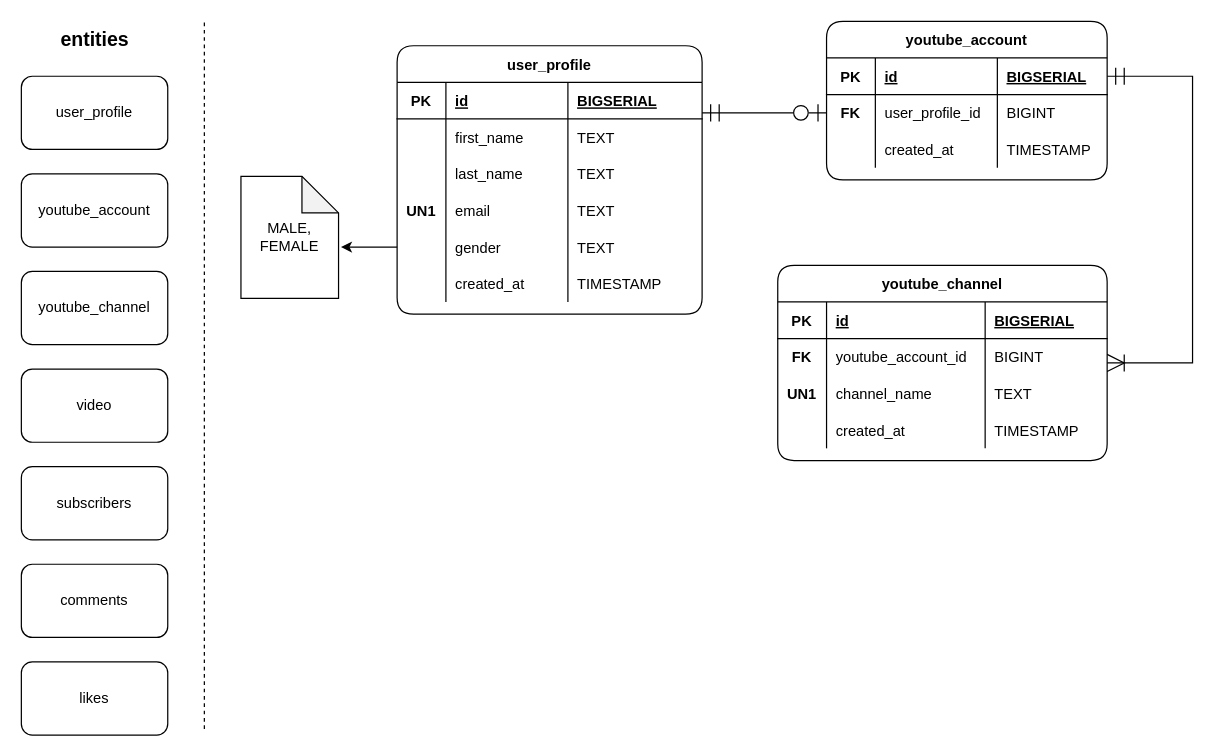
Before: erd-course.drawio in teekaygithub/erd-course, a draw.io diagram. Source tidied: cells renumbered, new cells numbered last; positions are measured from the earlier drawing's top-left corner, leaving out a move shared by most shapes. Both pictures are drawn from the tidied source at 122%, with x=0, y=0 at pixel (21, 21).
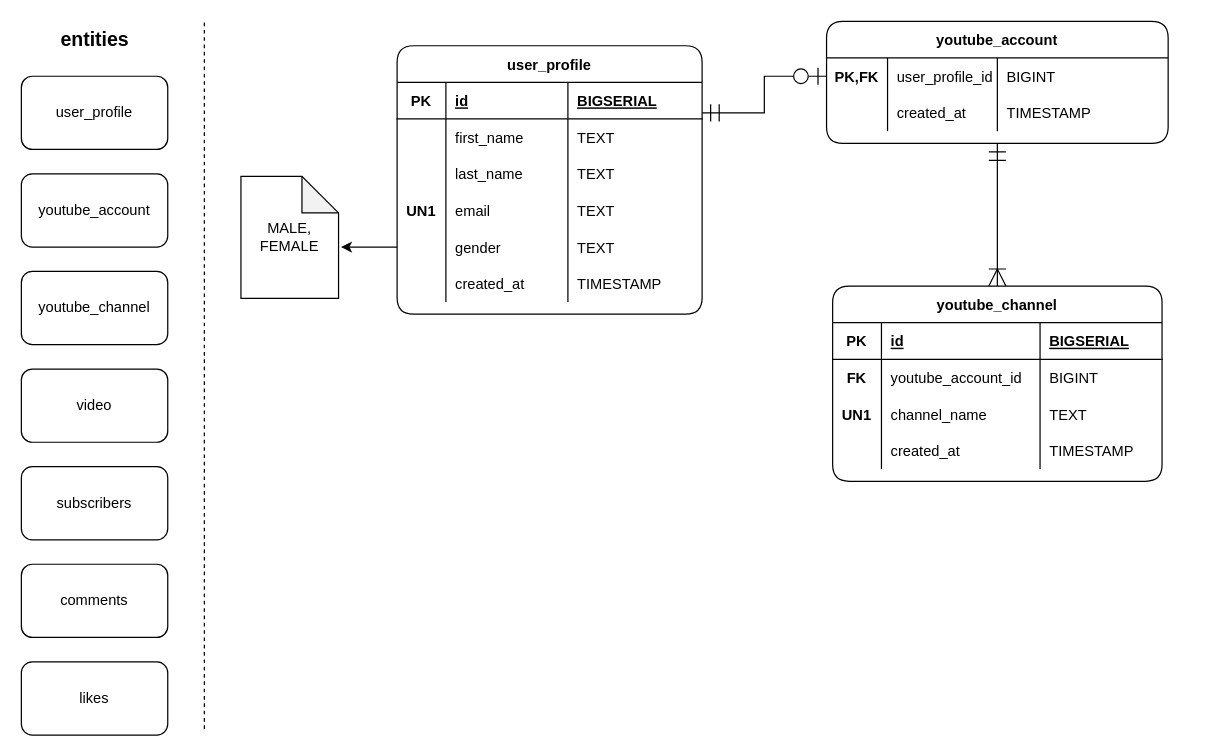
Above is the later version.

Commit message:
one to one relationship

Change to the diagram source:
```diff
@@
+    <mxCell id="70" style="edgeStyle=orthogonalEdgeStyle;rounded=0;jettySize=auto;html=1;exitX=0.5;exitY=1;exitDx=0;exitDy=0;entryX=0.5;entryY=0;entryDx=0;entryDy=0;endArrow=ERoneToMany;endFill=0;startArrow=ERmandOne;startFill=0;endSize=12;startSize=12;" parent="1" edge="1" source="39" target="52">
+      <mxGeometry relative="1" as="geometry" />
+    </mxCell>
     <mxCell id="39" value="youtube_account" style="shape=table;startSize=30;childLayout=tableLayout;rowLines=0;fontStyle=1;align=center;rounded=1;swimlaneLine=1;" parent="1" vertex="1">
-      <mxGeometry x="660" width="230" height="130" as="geometry" />
+      <mxGeometry x="660" width="280" height="100" as="geometry" />
     </mxCell>
-    <mxCell id="40" style="shape=tableRow;horizontal=0;startSize=0;swimlaneHead=0;swimlaneBody=0;fillColor=none;points=[[0,0.5],[1,0.5]];portConstraint=eastwest;top=0;left=0;right=0;bottom=1;" parent="39" vertex="1">
-      <mxGeometry y="30" width="230" height="30" as="geometry" />
-    </mxCell>
-    <mxCell id="41" value="PK" style="shape=partialRectangle;fillColor=none;top=0;left=0;bottom=0;right=0;fontStyle=1;overflow=hidden;" parent="40" vertex="1">
-      <mxGeometry width="40" height="30" as="geometry" />
-    </mxCell>
-    <mxCell id="42" value="id" style="shape=partialRectangle;fillColor=none;top=0;left=0;bottom=0;right=0;align=left;spacingLeft=6;fontStyle=5;overflow=hidden;" parent="40" vertex="1">
-      <mxGeometry x="40" width="100" height="30" as="geometry" />
-    </mxCell>
-    <mxCell id="43" value="BIGSERIAL" style="shape=partialRectangle;fillColor=none;top=0;left=0;bottom=0;right=0;align=left;spacingLeft=6;fontStyle=5;overflow=hidden;" parent="40" vertex="1">
-      <mxGeometry x="140" width="90" height="30" as="geometry" />
-    </mxCell>
     <mxCell id="44" style="shape=tableRow;horizontal=0;startSize=0;swimlaneHead=0;swimlaneBody=0;fillColor=none;points=[[0,0.5],[1,0.5]];portConstraint=eastwest;top=0;left=0;right=0;bottom=0;" parent="39" vertex="1">
-      <mxGeometry y="60" width="230" height="30" as="geometry" />
+      <mxGeometry y="30" width="280" height="30" as="geometry" />
     </mxCell>
-    <mxCell id="45" value="FK" style="shape=partialRectangle;fillColor=none;top=0;left=0;bottom=0;right=0;overflow=hidden;fontStyle=1;" parent="44" vertex="1">
-      <mxGeometry width="40" height="30" as="geometry" />
+    <mxCell id="45" value="PK,FK" style="shape=partialRectangle;fillColor=none;top=0;left=0;bottom=0;right=0;overflow=hidden;fontStyle=1;" parent="44" vertex="1">
+      <mxGeometry width="50" height="30" as="geometry" />
     </mxCell>
     <mxCell id="46" value="user_profile_id" style="shape=partialRectangle;fillColor=none;top=0;left=0;bottom=0;right=0;align=left;spacingLeft=6;overflow=hidden;" parent="44" vertex="1">
-      <mxGeometry x="40" width="100" height="30" as="geometry" />
+      <mxGeometry x="50" width="90" height="30" as="geometry" />
     </mxCell>
     <mxCell id="47" value="BIGINT" style="shape=partialRectangle;fillColor=none;top=0;left=0;bottom=0;right=0;align=left;spacingLeft=6;overflow=hidden;" parent="44" vertex="1">
-      <mxGeometry x="140" width="90" height="30" as="geometry" />
+      <mxGeometry x="140" width="140" height="30" as="geometry" />
     </mxCell>
     <mxCell id="48" style="shape=tableRow;horizontal=0;startSize=0;swimlaneHead=0;swimlaneBody=0;fillColor=none;top=0;left=0;right=0;bottom=0;" parent="39" vertex="1">
-      <mxGeometry y="90" width="230" height="30" as="geometry" />
+      <mxGeometry y="60" width="280" height="30" as="geometry" />
     </mxCell>
     <mxCell id="49" style="shape=partialRectangle;fillColor=none;top=0;left=0;bottom=0;right=0;overflow=hidden;" parent="48" vertex="1">
-      <mxGeometry width="40" height="30" as="geometry" />
+      <mxGeometry width="50" height="30" as="geometry" />
     </mxCell>
     <mxCell id="50" value="created_at    " style="shape=partialRectangle;fillColor=none;top=0;left=0;bottom=0;right=0;align=left;spacingLeft=6;overflow=hidden;" parent="48" vertex="1">
-      <mxGeometry x="40" width="100" height="30" as="geometry" />
+      <mxGeometry x="50" width="90" height="30" as="geometry" />
     </mxCell>
     <mxCell id="51" value="TIMESTAMP" style="shape=partialRectangle;fillColor=none;top=0;left=0;bottom=0;right=0;align=left;spacingLeft=6;overflow=hidden;" parent="48" vertex="1">
-      <mxGeometry x="140" width="90" height="30" as="geometry" />
+      <mxGeometry x="140" width="140" height="30" as="geometry" />
     </mxCell>
     <mxCell id="52" value="youtube_channel" style="shape=table;startSize=30;childLayout=tableLayout;rowLines=0;fontStyle=1;align=center;rounded=1;swimlaneLine=1;" parent="1" vertex="1">
-      <mxGeometry x="620" y="200" width="270" height="160" as="geometry" />
+      <mxGeometry x="665" y="217" width="270" height="160" as="geometry" />
     </mxCell>
@@
-    <mxCell id="69" style="edgeStyle=orthogonalEdgeStyle;rounded=0;jettySize=auto;html=1;exitX=1;exitY=0.5;exitDx=0;exitDy=0;entryX=1;entryY=0.5;entryDx=0;entryDy=0;fontSize=16;startArrow=ERmandOne;startFill=0;endArrow=ERoneToMany;endFill=0;startSize=12;endSize=12;" parent="1" edge="1" source="40" target="52">
-      <mxGeometry relative="1" as="geometry">
-        <Array as="points">
-          <mxPoint x="960" y="45" />
-          <mxPoint x="960" y="280" />
-        </Array>
-      </mxGeometry>
-    </mxCell>
```
